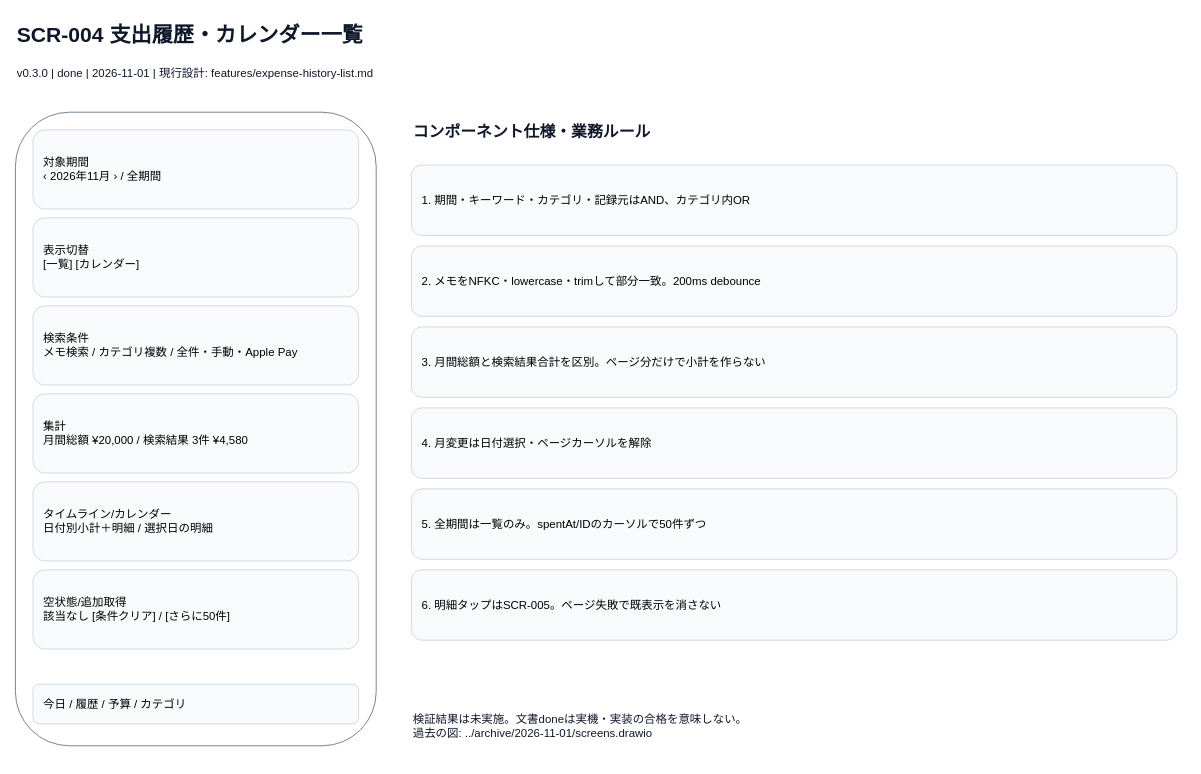
tombee-studio/self-management-app keeps this draw.io diagram as page "支出履歴・カレンダー一覧" (4 of 8) of docs/spec/screens.drawio. Above is the earlier version. Source tidied: cells renumbered, new cells numbered last; positions are measured from the earlier drawing's top-left corner, leaving out a move shared by most shapes. Both pictures are drawn from the tidied source at 88%, with x=0, y=0 at pixel (15, 15).
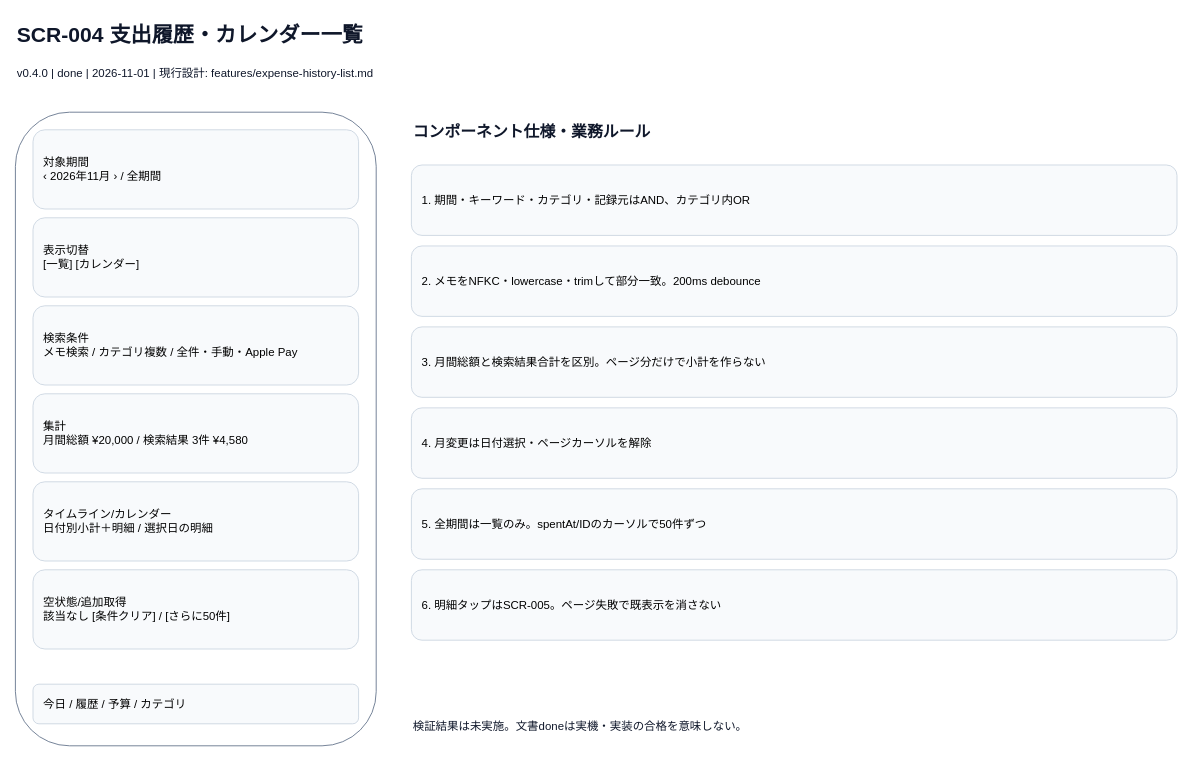
The same page after the edit.

The edit, as a diff of the source:
```diff
@@
 <mxGraphModel>
   <root>
     <mxCell id="0" />
     <mxCell id="1" parent="0" />
     <mxCell id="2" value="SCR-004  支出履歴・カレンダー一覧" style="text;html=0;align=left;verticalAlign=middle;whiteSpace=wrap;overflow=hidden;fontSize=13;fontColor=#0F172A;fontSize=24;fontStyle=1;" parent="1" vertex="1">
       <mxGeometry width="1300" height="45" as="geometry" />
     </mxCell>
-    <mxCell id="3" value="v0.3.0 | done | 2026-11-01 | 現行設計: features/expense-history-list.md" style="text;html=0;align=left;verticalAlign=middle;whiteSpace=wrap;overflow=hidden;fontSize=13;fontColor=#0F172A;" parent="1" vertex="1">
+    <mxCell id="3" value="v0.4.0 | done | 2026-11-01 | 現行設計: features/expense-history-list.md" style="text;html=0;align=left;verticalAlign=middle;whiteSpace=wrap;overflow=hidden;fontSize=13;fontColor=#0F172A;" parent="1" vertex="1">
       <mxGeometry y="50" width="1300" height="30" as="geometry" />
     </mxCell>
     <mxCell id="4" style="rounded=1;fillColor=#FFFFFF;strokeColor=#64748B;" parent="1" vertex="1">
       <mxGeometry y="110" width="410" height="720" as="geometry" />
     </mxCell>
     <mxCell id="5" value="対象期間&#10;‹ 2026年11月 › / 全期間" style="rounded=1;whiteSpace=wrap;html=0;fillColor=#F8FAFC;strokeColor=#CBD5E1;align=left;spacing=12;fontSize=13;" parent="1" vertex="1">
       <mxGeometry x="20" y="130" width="370" height="90" as="geometry" />
     </mxCell>
     <mxCell id="6" value="表示切替&#10;[一覧] [カレンダー]" style="rounded=1;whiteSpace=wrap;html=0;fillColor=#F8FAFC;strokeColor=#CBD5E1;align=left;spacing=12;fontSize=13;" parent="1" vertex="1">
       <mxGeometry x="20" y="230" width="370" height="90" as="geometry" />
     </mxCell>
     <mxCell id="7" value="検索条件&#10;メモ検索 / カテゴリ複数 / 全件・手動・Apple Pay" style="rounded=1;whiteSpace=wrap;html=0;fillColor=#F8FAFC;strokeColor=#CBD5E1;align=left;spacing=12;fontSize=13;" parent="1" vertex="1">
       <mxGeometry x="20" y="330" width="370" height="90" as="geometry" />
     </mxCell>
     <mxCell id="8" value="集計&#10;月間総額 ¥20,000 / 検索結果 3件 ¥4,580" style="rounded=1;whiteSpace=wrap;html=0;fillColor=#F8FAFC;strokeColor=#CBD5E1;align=left;spacing=12;fontSize=13;" parent="1" vertex="1">
       <mxGeometry x="20" y="430" width="370" height="90" as="geometry" />
     </mxCell>
     <mxCell id="9" value="タイムライン/カレンダー&#10;日付別小計＋明細 / 選択日の明細" style="rounded=1;whiteSpace=wrap;html=0;fillColor=#F8FAFC;strokeColor=#CBD5E1;align=left;spacing=12;fontSize=13;" parent="1" vertex="1">
       <mxGeometry x="20" y="530" width="370" height="90" as="geometry" />
     </mxCell>
     <mxCell id="10" value="空状態/追加取得&#10;該当なし [条件クリア] / [さらに50件]" style="rounded=1;whiteSpace=wrap;html=0;fillColor=#F8FAFC;strokeColor=#CBD5E1;align=left;spacing=12;fontSize=13;" parent="1" vertex="1">
       <mxGeometry x="20" y="630" width="370" height="90" as="geometry" />
     </mxCell>
     <mxCell id="11" value="今日  /  履歴  /  予算  /  カテゴリ" style="rounded=1;whiteSpace=wrap;html=0;fillColor=#F8FAFC;strokeColor=#CBD5E1;align=left;spacing=12;fontSize=13;" parent="1" vertex="1">
       <mxGeometry x="20" y="760" width="370" height="45" as="geometry" />
     </mxCell>
     <mxCell id="12" value="コンポーネント仕様・業務ルール" style="text;html=0;align=left;verticalAlign=middle;whiteSpace=wrap;overflow=hidden;fontSize=13;fontColor=#0F172A;fontSize=18;fontStyle=1;" parent="1" vertex="1">
       <mxGeometry x="450" y="110" width="880" height="45" as="geometry" />
     </mxCell>
     <mxCell id="13" value="1. 期間・キーワード・カテゴリ・記録元はAND、カテゴリ内OR" style="rounded=1;whiteSpace=wrap;html=0;fillColor=#F8FAFC;strokeColor=#CBD5E1;align=left;spacing=12;fontSize=13;" parent="1" vertex="1">
       <mxGeometry x="450" y="170" width="870" height="80" as="geometry" />
     </mxCell>
     <mxCell id="14" value="2. メモをNFKC・lowercase・trimして部分一致。200ms debounce" style="rounded=1;whiteSpace=wrap;html=0;fillColor=#F8FAFC;strokeColor=#CBD5E1;align=left;spacing=12;fontSize=13;" parent="1" vertex="1">
       <mxGeometry x="450" y="262" width="870" height="80" as="geometry" />
     </mxCell>
     <mxCell id="15" value="3. 月間総額と検索結果合計を区別。ページ分だけで小計を作らない" style="rounded=1;whiteSpace=wrap;html=0;fillColor=#F8FAFC;strokeColor=#CBD5E1;align=left;spacing=12;fontSize=13;" parent="1" vertex="1">
       <mxGeometry x="450" y="354" width="870" height="80" as="geometry" />
     </mxCell>
     <mxCell id="16" value="4. 月変更は日付選択・ページカーソルを解除" style="rounded=1;whiteSpace=wrap;html=0;fillColor=#F8FAFC;strokeColor=#CBD5E1;align=left;spacing=12;fontSize=13;" parent="1" vertex="1">
       <mxGeometry x="450" y="446" width="870" height="80" as="geometry" />
     </mxCell>
     <mxCell id="17" value="5. 全期間は一覧のみ。spentAt/IDのカーソルで50件ずつ" style="rounded=1;whiteSpace=wrap;html=0;fillColor=#F8FAFC;strokeColor=#CBD5E1;align=left;spacing=12;fontSize=13;" parent="1" vertex="1">
       <mxGeometry x="450" y="538" width="870" height="80" as="geometry" />
     </mxCell>
     <mxCell id="18" value="6. 明細タップはSCR-005。ページ失敗で既表示を消さない" style="rounded=1;whiteSpace=wrap;html=0;fillColor=#F8FAFC;strokeColor=#CBD5E1;align=left;spacing=12;fontSize=13;" parent="1" vertex="1">
       <mxGeometry x="450" y="630" width="870" height="80" as="geometry" />
     </mxCell>
-    <mxCell id="19" value="検証結果は未実施。文書doneは実機・実装の合格を意味しない。&#10;過去の図: ../archive/2026-11-01/screens.drawio" style="text;html=0;align=left;verticalAlign=middle;whiteSpace=wrap;overflow=hidden;fontSize=13;fontColor=#0F172A;" parent="1" vertex="1">
+    <mxCell id="19" value="検証結果は未実施。文書doneは実機・実装の合格を意味しない。" style="text;html=0;align=left;verticalAlign=middle;whiteSpace=wrap;overflow=hidden;fontSize=13;fontColor=#0F172A;" parent="1" vertex="1">
       <mxGeometry x="450" y="770" width="870" height="75" as="geometry" />
     </mxCell>
   </root>
 </mxGraphModel>
```
